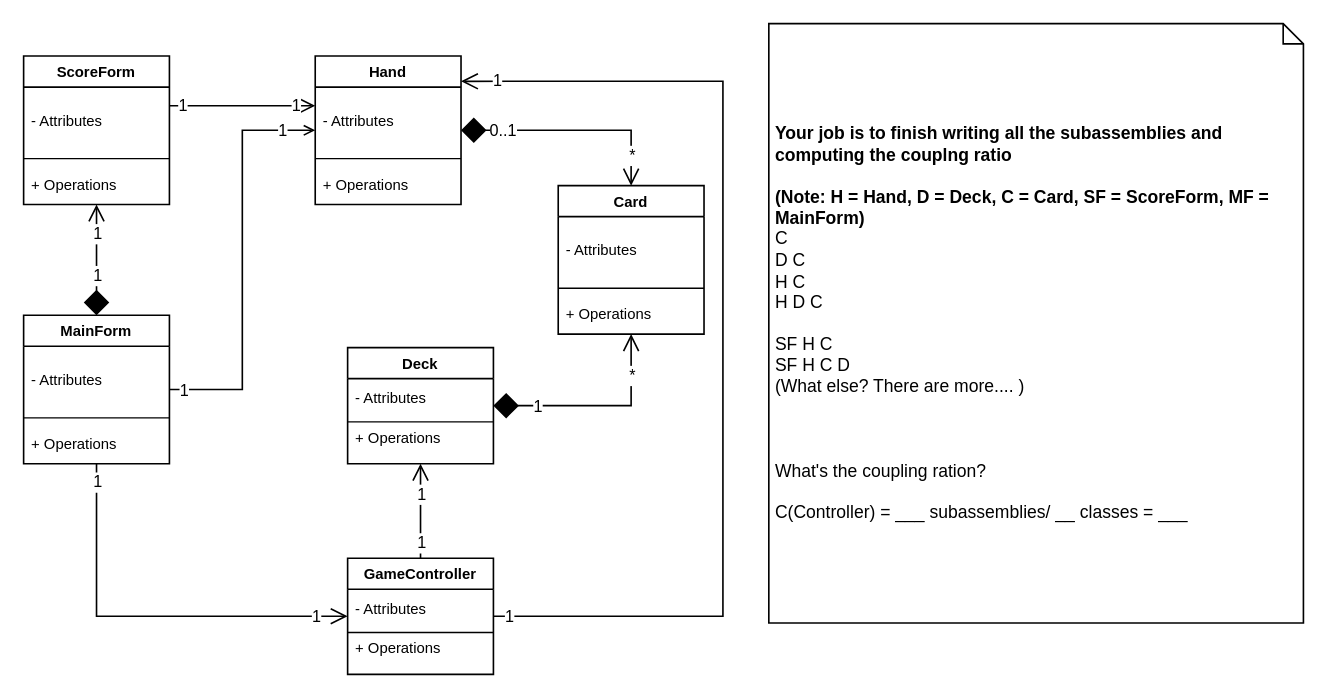
Above: page "Controller" (2 of 3) of Lab 4 diagram.drawio in Rosebaugh/CS501 (draw.io), before the change. Source tidied: cells renumbered, new cells numbered last; positions are measured from the earlier drawing's top-left corner, leaving out a move shared by most shapes. Both pictures are drawn from the tidied source at 135%, with x=0, y=0 at pixel (23, 23).
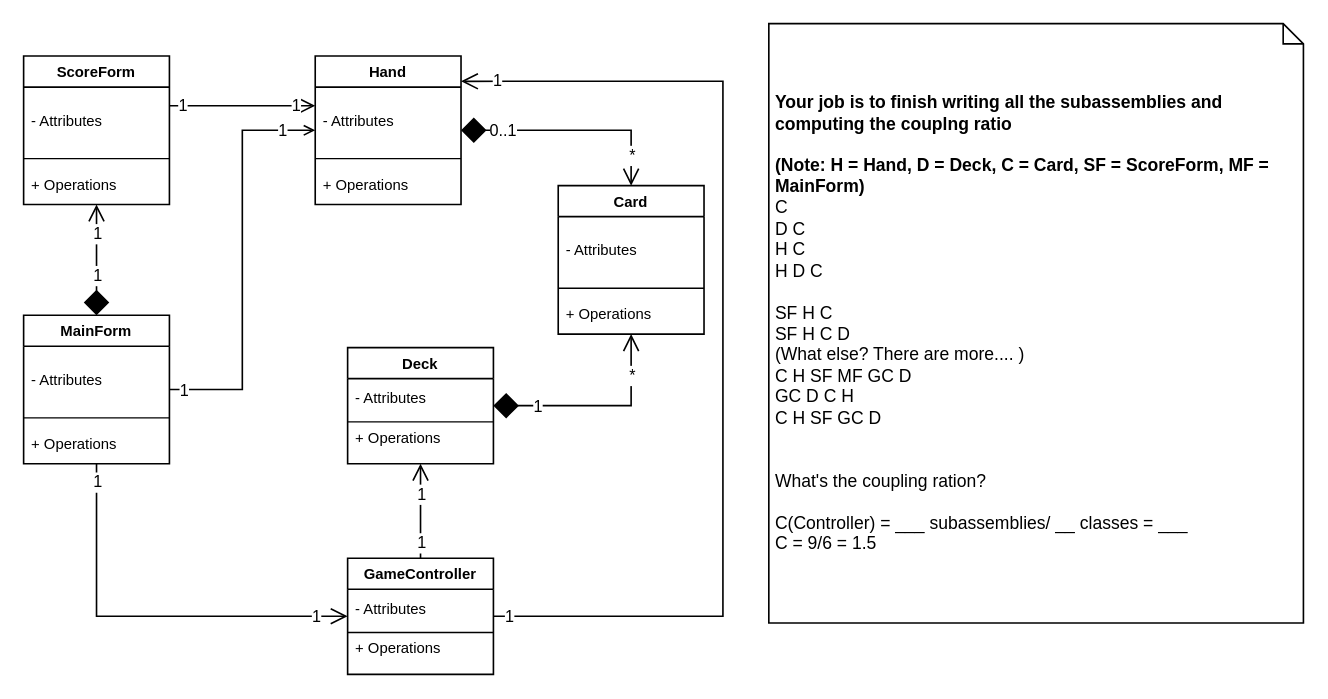
After the change.

What changed in the source:
```diff
@@
-    <mxCell id="2" value="Your job is to finish writing all the subassemblies and computing the couplng ratio&lt;br&gt;&lt;br&gt;(Note: H = Hand, D = Deck, C = Card, SF = ScoreForm, MF = MainForm)&lt;br&gt;&lt;span style=&quot;font-weight: normal&quot;&gt;C&lt;br&gt;D C&lt;br&gt;H C&lt;br&gt;H D C&lt;br&gt;&lt;br&gt;SF H C&lt;br&gt;SF H C D&lt;br&gt;(What else? There are more.... )&lt;br&gt;&lt;br&gt;&lt;br&gt;&lt;br&gt;What's the coupling ration?&lt;br&gt;&lt;br&gt;C(Controller) = ___ subassemblies/ __ classes = ___&lt;/span&gt;" style="html=1;whiteSpace=wrap;shape=note;size=15;fontSize=13;fontColor=#000000;fontStyle=1;spacing=5;strokeOpacity=100;strokeWidth=1.2;align=left;" parent="1" vertex="1">
+    <mxCell id="2" value="Your job is to finish writing all the subassemblies and computing the couplng ratio&lt;br&gt;&lt;br&gt;(Note: H = Hand, D = Deck, C = Card, SF = ScoreForm, MF = MainForm)&lt;br&gt;&lt;span style=&quot;font-weight: normal&quot;&gt;C&lt;br&gt;D C&lt;br&gt;H C&lt;br&gt;H D C&lt;br&gt;&lt;br&gt;SF H C&lt;br&gt;SF H C D&lt;br&gt;(What else? There are more.... )&lt;br&gt;C H SF MF GC D&amp;nbsp;&lt;br&gt;GC D C H&lt;br&gt;C H SF GC D&lt;br&gt;&lt;br&gt;&lt;br&gt;What's the coupling ration?&lt;br&gt;&lt;br&gt;C(Controller) = ___ subassemblies/ __ classes = ___&lt;br&gt;C = 9/6 = 1.5&lt;br&gt;&lt;/span&gt;" style="html=1;whiteSpace=wrap;shape=note;size=15;fontSize=13;fontColor=#000000;fontStyle=1;spacing=5;strokeOpacity=100;strokeWidth=1.2;align=left;" parent="1" vertex="1">
       <mxGeometry x="552" width="396" height="444" as="geometry" />
     </mxCell>
```
